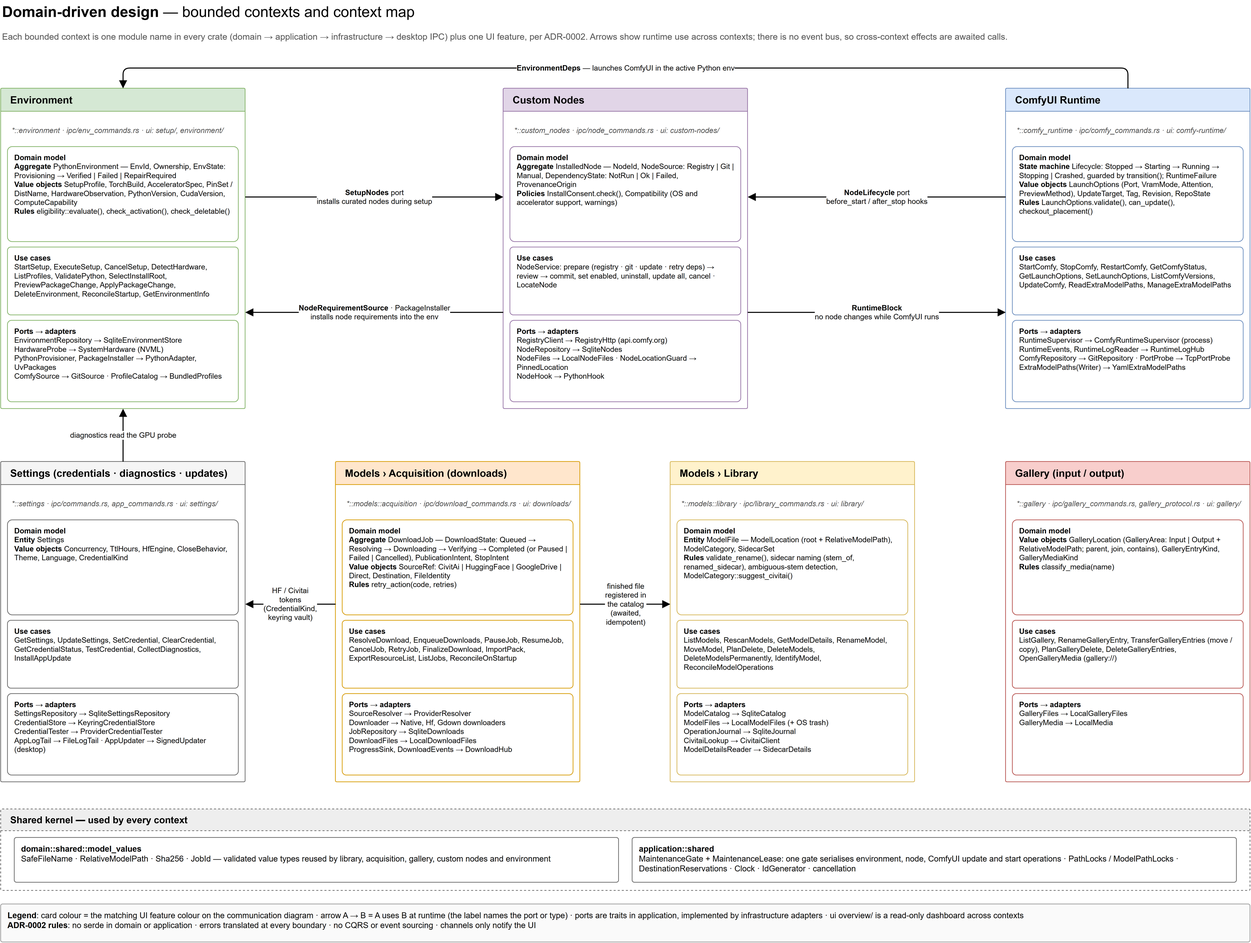
This is docs/diagrams/ddd-context-map.drawio.png from vjumpkung/vjump-comfyui-portable-with-resource-manager, a draw.io export, as it was before one commit. Source tidied: cells renumbered, new cells last; positions are measured from the earlier drawing's top-left corner, leaving out a move shared by most shapes.
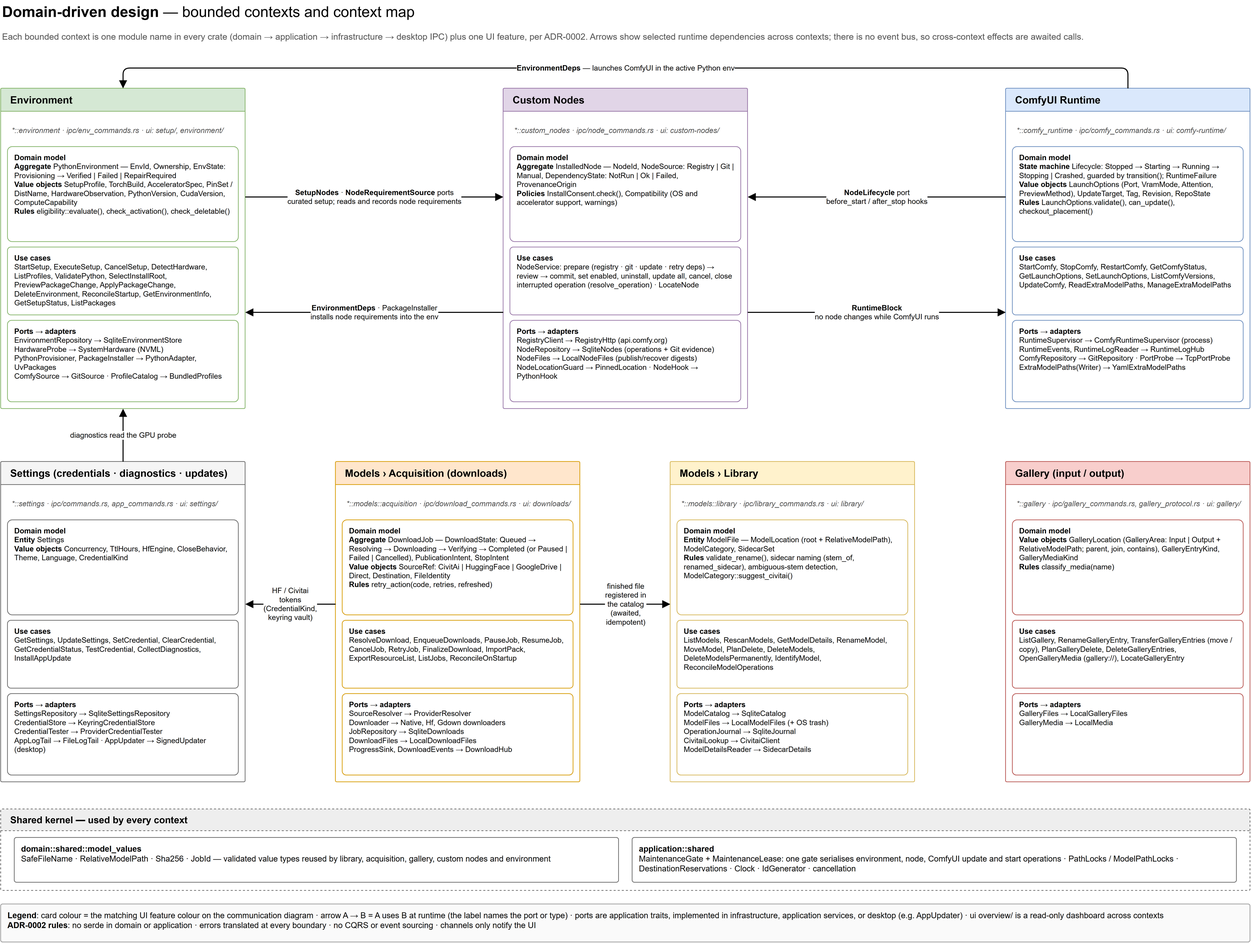
After the commit.

Change to the diagram source:
```diff
@@ -5,7 +5,7 @@
     <mxCell id="2" value="&lt;b&gt;Domain-driven design&lt;/b&gt; — bounded contexts and context map" style="text;html=1;align=left;verticalAlign=middle;fontSize=22;" parent="1" vertex="1">
       <mxGeometry width="1840" height="34" as="geometry" />
     </mxCell>
-    <mxCell id="3" value="Each bounded context is one module name in every crate (domain → application → infrastructure → desktop IPC) plus one UI feature, per ADR-0002. Arrows show runtime use across contexts; there is no event bus, so cross-context effects are awaited calls." style="text;html=1;align=left;verticalAlign=middle;fontSize=13;fontColor=#555555;whiteSpace=wrap;" parent="1" vertex="1">
+    <mxCell id="3" value="Each bounded context is one module name in every crate (domain → application → infrastructure → desktop IPC) plus one UI feature, per ADR-0002. Arrows show selected runtime dependencies across contexts; there is no event bus, so cross-context effects are awaited calls." style="text;html=1;align=left;verticalAlign=middle;fontSize=13;fontColor=#555555;whiteSpace=wrap;" parent="1" vertex="1">
       <mxGeometry y="34" width="1840" height="40" as="geometry" />
     </mxCell>
     <mxCell id="4" value="Environment" style="swimlane;startSize=34;rounded=1;arcSize=2;html=1;whiteSpace=wrap;fontStyle=1;fontSize=15;align=left;spacingLeft=12;fillColor=#d5e8d4;strokeColor=#82b366;swimlaneFillColor=#ffffff;" parent="1" vertex="1">
@@ -17,7 +17,7 @@
     <mxCell id="6" value="&lt;b&gt;Domain model&lt;/b&gt;&lt;br&gt;&lt;b&gt;Aggregate&lt;/b&gt; PythonEnvironment — EnvId, Ownership, EnvState: Provisioning → Verified | Failed | RepairRequired&lt;br&gt;&lt;b&gt;Value objects&lt;/b&gt; SetupProfile, TorchBuild, AcceleratorSpec, PinSet / DistName, HardwareObservation, PythonVersion, CudaVersion, ComputeCapability&lt;br&gt;&lt;b&gt;Rules&lt;/b&gt; eligibility::evaluate(), check_activation(), check_deletable()" style="rounded=1;arcSize=5;whiteSpace=wrap;html=1;align=left;verticalAlign=top;spacingLeft=8;spacingRight=6;spacingTop=3;fontSize=11;fillColor=#ffffff;strokeColor=#82b366;strokeWidth=1;" parent="4" vertex="1">
       <mxGeometry x="10" y="86" width="340" height="140" as="geometry" />
     </mxCell>
-    <mxCell id="7" value="&lt;b&gt;Use cases&lt;/b&gt;&lt;br&gt;StartSetup, ExecuteSetup, CancelSetup, DetectHardware, ListProfiles, ValidatePython, SelectInstallRoot, PreviewPackageChange, ApplyPackageChange, DeleteEnvironment, ReconcileStartup, GetEnvironmentInfo" style="rounded=1;arcSize=5;whiteSpace=wrap;html=1;align=left;verticalAlign=top;spacingLeft=8;spacingRight=6;spacingTop=3;fontSize=11;fillColor=#ffffff;strokeColor=#82b366;strokeWidth=1;" parent="4" vertex="1">
+    <mxCell id="7" value="&lt;b&gt;Use cases&lt;/b&gt;&lt;br&gt;StartSetup, ExecuteSetup, CancelSetup, DetectHardware, ListProfiles, ValidatePython, SelectInstallRoot, PreviewPackageChange, ApplyPackageChange, DeleteEnvironment, ReconcileStartup, GetEnvironmentInfo, GetSetupStatus, ListPackages" style="rounded=1;arcSize=5;whiteSpace=wrap;html=1;align=left;verticalAlign=top;spacingLeft=8;spacingRight=6;spacingTop=3;fontSize=11;fillColor=#ffffff;strokeColor=#82b366;strokeWidth=1;" parent="4" vertex="1">
       <mxGeometry x="10" y="234" width="340" height="100" as="geometry" />
     </mxCell>
     <mxCell id="8" value="&lt;b&gt;Ports → adapters&lt;/b&gt;&lt;br&gt;EnvironmentRepository → SqliteEnvironmentStore&lt;br&gt;HardwareProbe → SystemHardware (NVML)&lt;br&gt;PythonProvisioner, PackageInstaller → PythonAdapter, UvPackages&lt;br&gt;ComfySource → GitSource · ProfileCatalog → BundledProfiles" style="rounded=1;arcSize=5;whiteSpace=wrap;html=1;align=left;verticalAlign=top;spacingLeft=8;spacingRight=6;spacingTop=3;fontSize=11;fillColor=#ffffff;strokeColor=#82b366;strokeWidth=1;" parent="4" vertex="1">
@@ -32,10 +32,10 @@
     <mxCell id="11" value="&lt;b&gt;Domain model&lt;/b&gt;&lt;br&gt;&lt;b&gt;Aggregate&lt;/b&gt; InstalledNode — NodeId, NodeSource: Registry | Git | Manual, DependencyState: NotRun | Ok | Failed, ProvenanceOrigin&lt;br&gt;&lt;b&gt;Policies&lt;/b&gt; InstallConsent.check(), Compatibility (OS and accelerator support, warnings)" style="rounded=1;arcSize=5;whiteSpace=wrap;html=1;align=left;verticalAlign=top;spacingLeft=8;spacingRight=6;spacingTop=3;fontSize=11;fillColor=#ffffff;strokeColor=#9673a6;strokeWidth=1;" parent="9" vertex="1">
       <mxGeometry x="10" y="86" width="340" height="140" as="geometry" />
     </mxCell>
-    <mxCell id="12" value="&lt;b&gt;Use cases&lt;/b&gt;&lt;br&gt;NodeService: prepare (registry · git · update · retry deps) → review → commit, set enabled, uninstall, update all, cancel · LocateNode" style="rounded=1;arcSize=5;whiteSpace=wrap;html=1;align=left;verticalAlign=top;spacingLeft=8;spacingRight=6;spacingTop=3;fontSize=11;fillColor=#ffffff;strokeColor=#9673a6;strokeWidth=1;" parent="9" vertex="1">
+    <mxCell id="12" value="&lt;b&gt;Use cases&lt;/b&gt;&lt;br&gt;NodeService: prepare (registry · git · update · retry deps) → review → commit, set enabled, uninstall, update all, cancel, close interrupted operation (resolve_operation) · LocateNode" style="rounded=1;arcSize=5;whiteSpace=wrap;html=1;align=left;verticalAlign=top;spacingLeft=8;spacingRight=6;spacingTop=3;fontSize=11;fillColor=#ffffff;strokeColor=#9673a6;strokeWidth=1;" parent="9" vertex="1">
       <mxGeometry x="10" y="234" width="340" height="100" as="geometry" />
     </mxCell>
-    <mxCell id="13" value="&lt;b&gt;Ports → adapters&lt;/b&gt;&lt;br&gt;RegistryClient → RegistryHttp (api.comfy.org)&lt;br&gt;NodeRepository → SqliteNodes&lt;br&gt;NodeFiles → LocalNodeFiles · NodeLocationGuard → PinnedLocation&lt;br&gt;NodeHook → PythonHook" style="rounded=1;arcSize=5;whiteSpace=wrap;html=1;align=left;verticalAlign=top;spacingLeft=8;spacingRight=6;spacingTop=3;fontSize=11;fillColor=#ffffff;strokeColor=#9673a6;strokeWidth=1;" parent="9" vertex="1">
+    <mxCell id="13" value="&lt;b&gt;Ports → adapters&lt;/b&gt;&lt;br&gt;RegistryClient → RegistryHttp (api.comfy.org)&lt;br&gt;NodeRepository → SqliteNodes (operations + Git evidence)&lt;br&gt;NodeFiles → LocalNodeFiles (publish/recover digests)&lt;br&gt;NodeLocationGuard → PinnedLocation · NodeHook → PythonHook" style="rounded=1;arcSize=5;whiteSpace=wrap;html=1;align=left;verticalAlign=top;spacingLeft=8;spacingRight=6;spacingTop=3;fontSize=11;fillColor=#ffffff;strokeColor=#9673a6;strokeWidth=1;" parent="9" vertex="1">
       <mxGeometry x="10" y="342" width="340" height="120" as="geometry" />
     </mxCell>
     <mxCell id="14" value="ComfyUI Runtime" style="swimlane;startSize=34;rounded=1;arcSize=2;html=1;whiteSpace=wrap;fontStyle=1;fontSize=15;align=left;spacingLeft=12;fillColor=#dae8fc;strokeColor=#6c8ebf;swimlaneFillColor=#ffffff;" parent="1" vertex="1">
@@ -74,7 +74,7 @@
     <mxCell id="25" value="*::models::acquisition · ipc/download_commands.rs · ui: downloads/" style="text;html=1;align=left;verticalAlign=middle;whiteSpace=wrap;fontSize=11;fontStyle=2;fontColor=#555555;spacingLeft=4;" parent="24" vertex="1">
       <mxGeometry x="10" y="42" width="340" height="40" as="geometry" />
     </mxCell>
-    <mxCell id="26" value="&lt;b&gt;Domain model&lt;/b&gt;&lt;br&gt;&lt;b&gt;Aggregate&lt;/b&gt; DownloadJob — DownloadState: Queued → Resolving → Downloading → Verifying → Completed (or Paused | Failed | Cancelled), PublicationIntent, StopIntent&lt;br&gt;&lt;b&gt;Value objects&lt;/b&gt; SourceRef: CivitAi | HuggingFace | GoogleDrive | Direct, Destination, FileIdentity&lt;br&gt;&lt;b&gt;Rules&lt;/b&gt; retry_action(code, retries)" style="rounded=1;arcSize=5;whiteSpace=wrap;html=1;align=left;verticalAlign=top;spacingLeft=8;spacingRight=6;spacingTop=3;fontSize=11;fillColor=#ffffff;strokeColor=#d79b00;strokeWidth=1;" parent="24" vertex="1">
+    <mxCell id="26" value="&lt;b&gt;Domain model&lt;/b&gt;&lt;br&gt;&lt;b&gt;Aggregate&lt;/b&gt; DownloadJob — DownloadState: Queued → Resolving → Downloading → Verifying → Completed (or Paused | Failed | Cancelled), PublicationIntent, StopIntent&lt;br&gt;&lt;b&gt;Value objects&lt;/b&gt; SourceRef: CivitAi | HuggingFace | GoogleDrive | Direct, Destination, FileIdentity&lt;br&gt;&lt;b&gt;Rules&lt;/b&gt; retry_action(code, retries, refreshed)" style="rounded=1;arcSize=5;whiteSpace=wrap;html=1;align=left;verticalAlign=top;spacingLeft=8;spacingRight=6;spacingTop=3;fontSize=11;fillColor=#ffffff;strokeColor=#d79b00;strokeWidth=1;" parent="24" vertex="1">
       <mxGeometry x="10" y="86" width="340" height="140" as="geometry" />
     </mxCell>
     <mxCell id="27" value="&lt;b&gt;Use cases&lt;/b&gt;&lt;br&gt;ResolveDownload, EnqueueDownloads, PauseJob, ResumeJob, CancelJob, RetryJob, FinalizeDownload, ImportPack, ExportResourceList, ListJobs, ReconcileOnStartup" style="rounded=1;arcSize=5;whiteSpace=wrap;html=1;align=left;verticalAlign=top;spacingLeft=8;spacingRight=6;spacingTop=3;fontSize=11;fillColor=#ffffff;strokeColor=#d79b00;strokeWidth=1;" parent="24" vertex="1">
@@ -107,7 +107,7 @@
     <mxCell id="36" value="&lt;b&gt;Domain model&lt;/b&gt;&lt;br&gt;&lt;b&gt;Value objects&lt;/b&gt; GalleryLocation (GalleryArea: Input | Output + RelativeModelPath; parent, join, contains), GalleryEntryKind, GalleryMediaKind&lt;br&gt;&lt;b&gt;Rules&lt;/b&gt; classify_media(name)" style="rounded=1;arcSize=5;whiteSpace=wrap;html=1;align=left;verticalAlign=top;spacingLeft=8;spacingRight=6;spacingTop=3;fontSize=11;fillColor=#ffffff;strokeColor=#b85450;strokeWidth=1;" parent="34" vertex="1">
       <mxGeometry x="10" y="86" width="340" height="140" as="geometry" />
     </mxCell>
-    <mxCell id="37" value="&lt;b&gt;Use cases&lt;/b&gt;&lt;br&gt;ListGallery, RenameGalleryEntry, TransferGalleryEntries (move / copy), PlanGalleryDelete, DeleteGalleryEntries, OpenGalleryMedia (gallery://)" style="rounded=1;arcSize=5;whiteSpace=wrap;html=1;align=left;verticalAlign=top;spacingLeft=8;spacingRight=6;spacingTop=3;fontSize=11;fillColor=#ffffff;strokeColor=#b85450;strokeWidth=1;" parent="34" vertex="1">
+    <mxCell id="37" value="&lt;b&gt;Use cases&lt;/b&gt;&lt;br&gt;ListGallery, RenameGalleryEntry, TransferGalleryEntries (move / copy), PlanGalleryDelete, DeleteGalleryEntries, OpenGalleryMedia (gallery://), LocateGalleryEntry" style="rounded=1;arcSize=5;whiteSpace=wrap;html=1;align=left;verticalAlign=top;spacingLeft=8;spacingRight=6;spacingTop=3;fontSize=11;fillColor=#ffffff;strokeColor=#b85450;strokeWidth=1;" parent="34" vertex="1">
       <mxGeometry x="10" y="234" width="340" height="100" as="geometry" />
     </mxCell>
     <mxCell id="38" value="&lt;b&gt;Ports → adapters&lt;/b&gt;&lt;br&gt;GalleryFiles → LocalGalleryFiles&lt;br&gt;GalleryMedia → LocalMedia" style="rounded=1;arcSize=5;whiteSpace=wrap;html=1;align=left;verticalAlign=top;spacingLeft=8;spacingRight=6;spacingTop=3;fontSize=11;fillColor=#ffffff;strokeColor=#b85450;strokeWidth=1;" parent="34" vertex="1">
@@ -122,13 +122,13 @@
     <mxCell id="41" value="&lt;b&gt;application::shared&lt;/b&gt;&lt;br&gt;MaintenanceGate + MaintenanceLease: one gate serialises environment, node, ComfyUI update and start operations · PathLocks / ModelPathLocks · DestinationReservations · Clock · IdGenerator · cancellation" style="rounded=1;arcSize=5;whiteSpace=wrap;html=1;align=left;verticalAlign=top;spacingLeft=8;spacingRight=6;spacingTop=3;fontSize=12;fillColor=#ffffff;strokeColor=#666666;strokeWidth=1;" parent="39" vertex="1">
       <mxGeometry x="930" y="42" width="890" height="66" as="geometry" />
     </mxCell>
-    <mxCell id="42" value="&lt;b&gt;Legend&lt;/b&gt;: card colour = the matching UI feature colour on the communication diagram · arrow A → B = A uses B at runtime (the label names the port or type) · ports are traits in application, implemented by infrastructure adapters · ui overview/ is a read-only dashboard across contexts&lt;br&gt;&lt;b&gt;ADR-0002 rules&lt;/b&gt;: no serde in domain or application · errors translated at every boundary · no CQRS or event sourcing · channels only notify the UI" style="rounded=1;arcSize=5;whiteSpace=wrap;html=1;align=left;verticalAlign=top;spacingLeft=8;spacingRight=6;spacingTop=3;fontSize=12;fillColor=#fafafa;strokeColor=#999999;strokeWidth=1;" parent="1" vertex="1">
+    <mxCell id="42" value="&lt;b&gt;Legend&lt;/b&gt;: card colour = the matching UI feature colour on the communication diagram · arrow A → B = A uses B at runtime (the label names the port or type) · ports are application traits, implemented in infrastructure, application services, or desktop (e.g. AppUpdater) · ui overview/ is a read-only dashboard across contexts&lt;br&gt;&lt;b&gt;ADR-0002 rules&lt;/b&gt;: no serde in domain or application · errors translated at every boundary · no CQRS or event sourcing · channels only notify the UI" style="rounded=1;arcSize=5;whiteSpace=wrap;html=1;align=left;verticalAlign=top;spacingLeft=8;spacingRight=6;spacingTop=3;fontSize=12;fillColor=#fafafa;strokeColor=#999999;strokeWidth=1;" parent="1" vertex="1">
       <mxGeometry y="1332" width="1840" height="56" as="geometry" />
     </mxCell>
-    <mxCell id="43" value="&lt;b&gt;SetupNodes&lt;/b&gt; port&lt;br&gt;installs curated nodes during setup" style="edgeStyle=orthogonalEdgeStyle;rounded=1;jettySize=auto;html=1;endArrow=block;endSize=8;fontSize=11;labelBackgroundColor=#ffffff;strokeWidth=1.5;fontSize=11;exitX=1;exitY=0.339;exitDx=0;exitDy=0;entryX=0;entryY=0.339;entryDx=0;entryDy=0;" parent="1" edge="1" source="4" target="9">
+    <mxCell id="43" value="&lt;b&gt;SetupNodes&lt;/b&gt; · &lt;b&gt;NodeRequirementSource&lt;/b&gt; ports&lt;br&gt;curated setup; reads and records node requirements" style="edgeStyle=orthogonalEdgeStyle;rounded=1;jettySize=auto;html=1;endArrow=block;endSize=8;fontSize=11;labelBackgroundColor=#ffffff;strokeWidth=1.5;fontSize=11;exitX=1;exitY=0.339;exitDx=0;exitDy=0;entryX=0;entryY=0.339;entryDx=0;entryDy=0;" parent="1" edge="1" source="4" target="9">
       <mxGeometry relative="1" as="geometry" />
     </mxCell>
-    <mxCell id="44" value="&lt;b&gt;NodeRequirementSource&lt;/b&gt; · PackageInstaller&lt;br&gt;installs node requirements into the env" style="edgeStyle=orthogonalEdgeStyle;rounded=1;jettySize=auto;html=1;endArrow=block;endSize=8;fontSize=11;labelBackgroundColor=#ffffff;strokeWidth=1.5;fontSize=11;exitX=0;exitY=0.6992;exitDx=0;exitDy=0;entryX=1;entryY=0.6992;entryDx=0;entryDy=0;" parent="1" edge="1" source="9" target="4">
+    <mxCell id="44" value="&lt;b&gt;EnvironmentDeps&lt;/b&gt; · PackageInstaller&lt;br&gt;installs node requirements into the env" style="edgeStyle=orthogonalEdgeStyle;rounded=1;jettySize=auto;html=1;endArrow=block;endSize=8;fontSize=11;labelBackgroundColor=#ffffff;strokeWidth=1.5;fontSize=11;exitX=0;exitY=0.6992;exitDx=0;exitDy=0;entryX=1;entryY=0.6992;entryDx=0;entryDy=0;" parent="1" edge="1" source="9" target="4">
       <mxGeometry relative="1" as="geometry" />
     </mxCell>
     <mxCell id="45" value="&lt;b&gt;NodeLifecycle&lt;/b&gt; port&lt;br&gt;before_start / after_stop hooks" style="edgeStyle=orthogonalEdgeStyle;rounded=1;jettySize=auto;html=1;endArrow=block;endSize=8;fontSize=11;labelBackgroundColor=#ffffff;strokeWidth=1.5;fontSize=11;exitX=0;exitY=0.339;exitDx=0;exitDy=0;entryX=1;entryY=0.339;entryDx=0;entryDy=0;" parent="1" edge="1" source="14" target="9">
```
